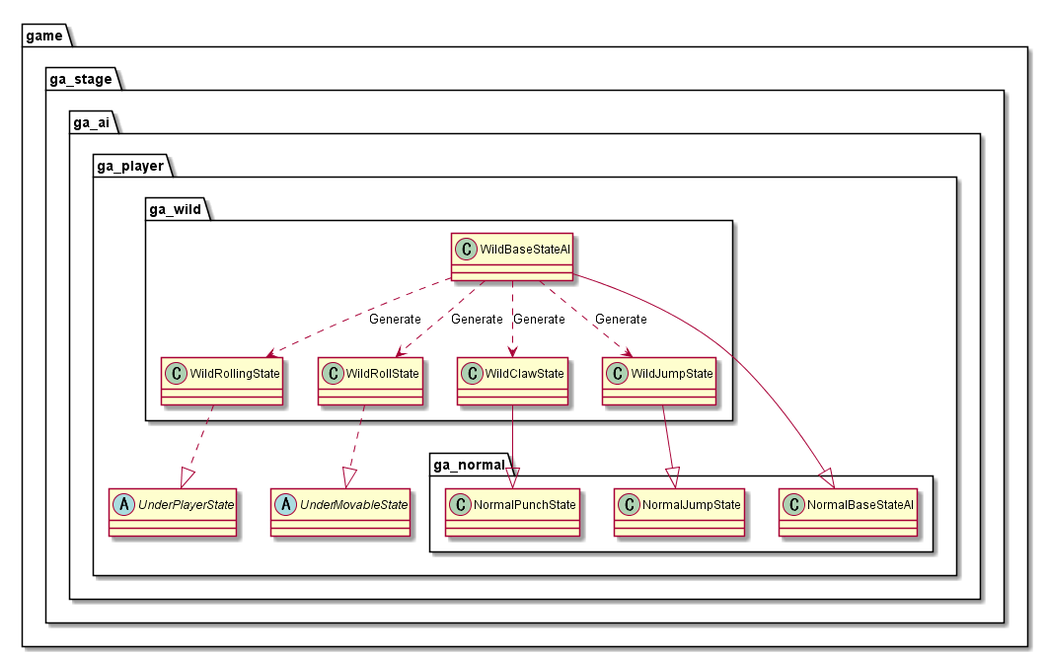
Expine/Under keeps this PlantUML diagram as out/uml/entity/ai/Wild/AIWild.png. Above is the earlier version. Its diagram source:
```plantuml
@startuml AIWild
package game {
    package ga_stage {
        package ga_ai {
            package ga_player {
                package ga_wild {
                    class WildBaseStateAI
                    class WildJumpState
                    class WildClawState
                    class WildRollingState
                    class WildRollState
                }
            }
        }
    }
}

package game {
    package ga_stage {
        package ga_ai {
            package ga_player {
                abstract UnderPlayerState
                abstract UnderMovableState
                package ga_normal {
                    class NormalBaseStateAI
                    class NormalJumpState
                    class NormalPunchState
                }
            }
        }
    }
}

WildBaseStateAI ..> WildJumpState : Generate
WildBaseStateAI ..> WildClawState : Generate
WildBaseStateAI ..> WildRollState : Generate
WildBaseStateAI ..> WildRollingState : Generate

NormalBaseStateAI <|-- WildBaseStateAI

WildJumpState --|> NormalJumpState
WildClawState --|> NormalPunchState
WildRollingState ..|> UnderPlayerState
WildRollState ..|> UnderMovableState

@enduml
```
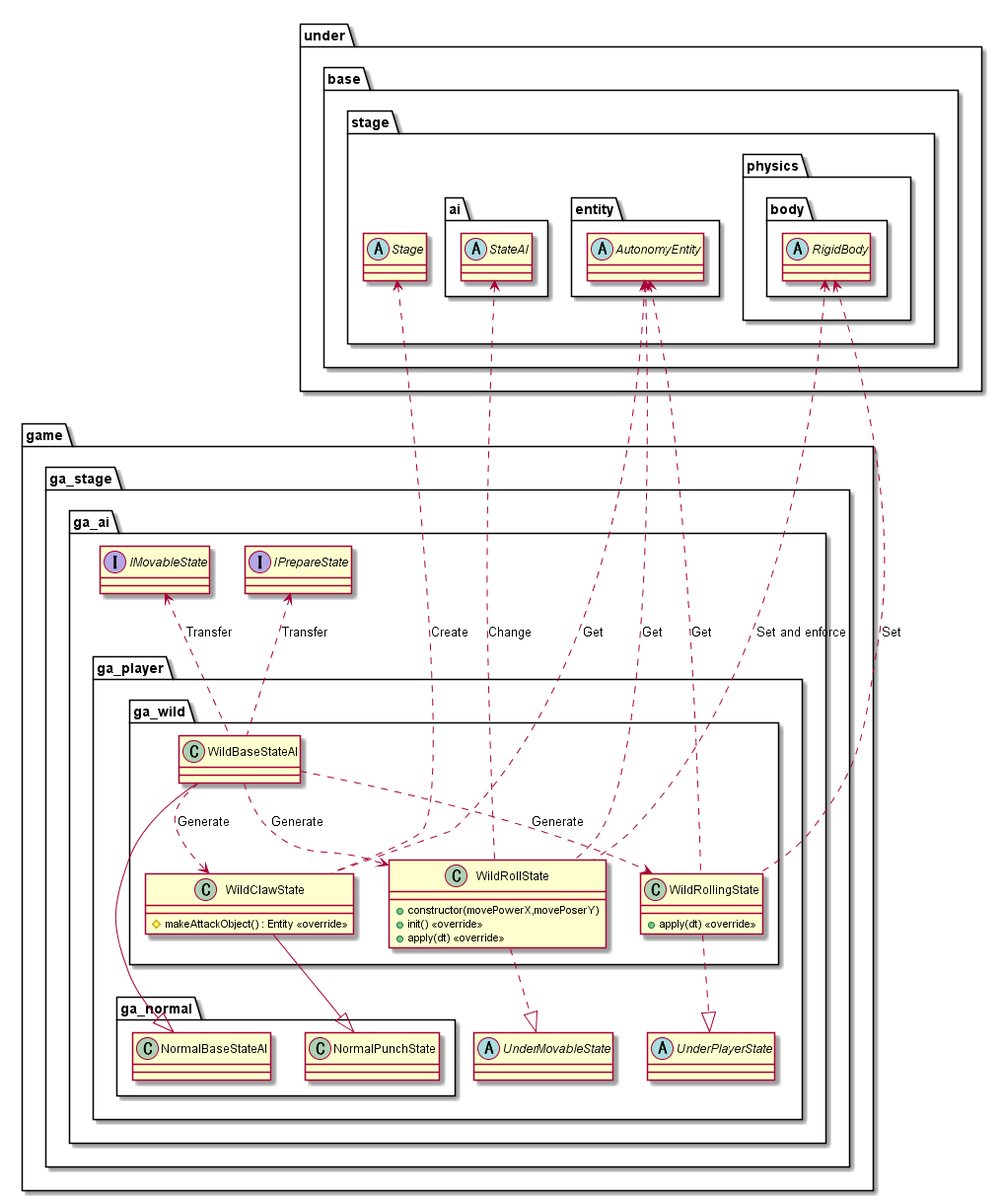
The same diagram one commit later.

Diff of the diagram source:
```diff
@@ -5,10 +5,36 @@
             package ga_player {
                 package ga_wild {
                     class WildBaseStateAI
-                    class WildJumpState
-                    class WildClawState
-                    class WildRollingState
-                    class WildRollState
+                    class WildClawState {
+                        #makeAttackObject() : Entity <<override>>
+                    }
+                    class WildRollingState {
+                        +apply(dt) <<override>>
+                    }
+                    class WildRollState {
+                        +constructor(movePowerX,movePoserY)
+                        +init() <<override>>
+                        +apply(dt) <<override>>
+                    }
+                }
+            }
+        }
+    }
+}
+
+package under {
+    package base {
+        package stage {
+            abstract Stage
+            package ai {
+                abstract StateAI
+            }
+            package entity {
+                abstract AutonomyEntity
+            }
+            package physics {
+                package body {
+                    abstract RigidBody
                 }
             }
         }
@@ -18,12 +44,13 @@
 package game {
     package ga_stage {
         package ga_ai {
+            interface IMovableState
+            interface IPrepareState
             package ga_player {
                 abstract UnderPlayerState
                 abstract UnderMovableState
                 package ga_normal {
                     class NormalBaseStateAI
-                    class NormalJumpState
                     class NormalPunchState
                 }
             }
@@ -31,14 +58,24 @@
     }
 }
 
-WildBaseStateAI ..> WildJumpState : Generate
+IMovableState <.. WildBaseStateAI : Transfer
+IPrepareState <.. WildBaseStateAI : Transfer
+
 WildBaseStateAI ..> WildClawState : Generate
 WildBaseStateAI ..> WildRollState : Generate
 WildBaseStateAI ..> WildRollingState : Generate
 
+AutonomyEntity <.... WildClawState : Get
+Stage <.... WildClawState : Create
+StateAI <.... WildRollState : Change
+AutonomyEntity <.... WildRollState : Get
+RigidBody <.... WildRollState : Set and enforce
+
+AutonomyEntity <.... WildRollingState : Get
+RigidBody <.... WildRollingState : Set
+
 NormalBaseStateAI <|-- WildBaseStateAI
 
-WildJumpState --|> NormalJumpState
 WildClawState --|> NormalPunchState
 WildRollingState ..|> UnderPlayerState
 WildRollState ..|> UnderMovableState
```
